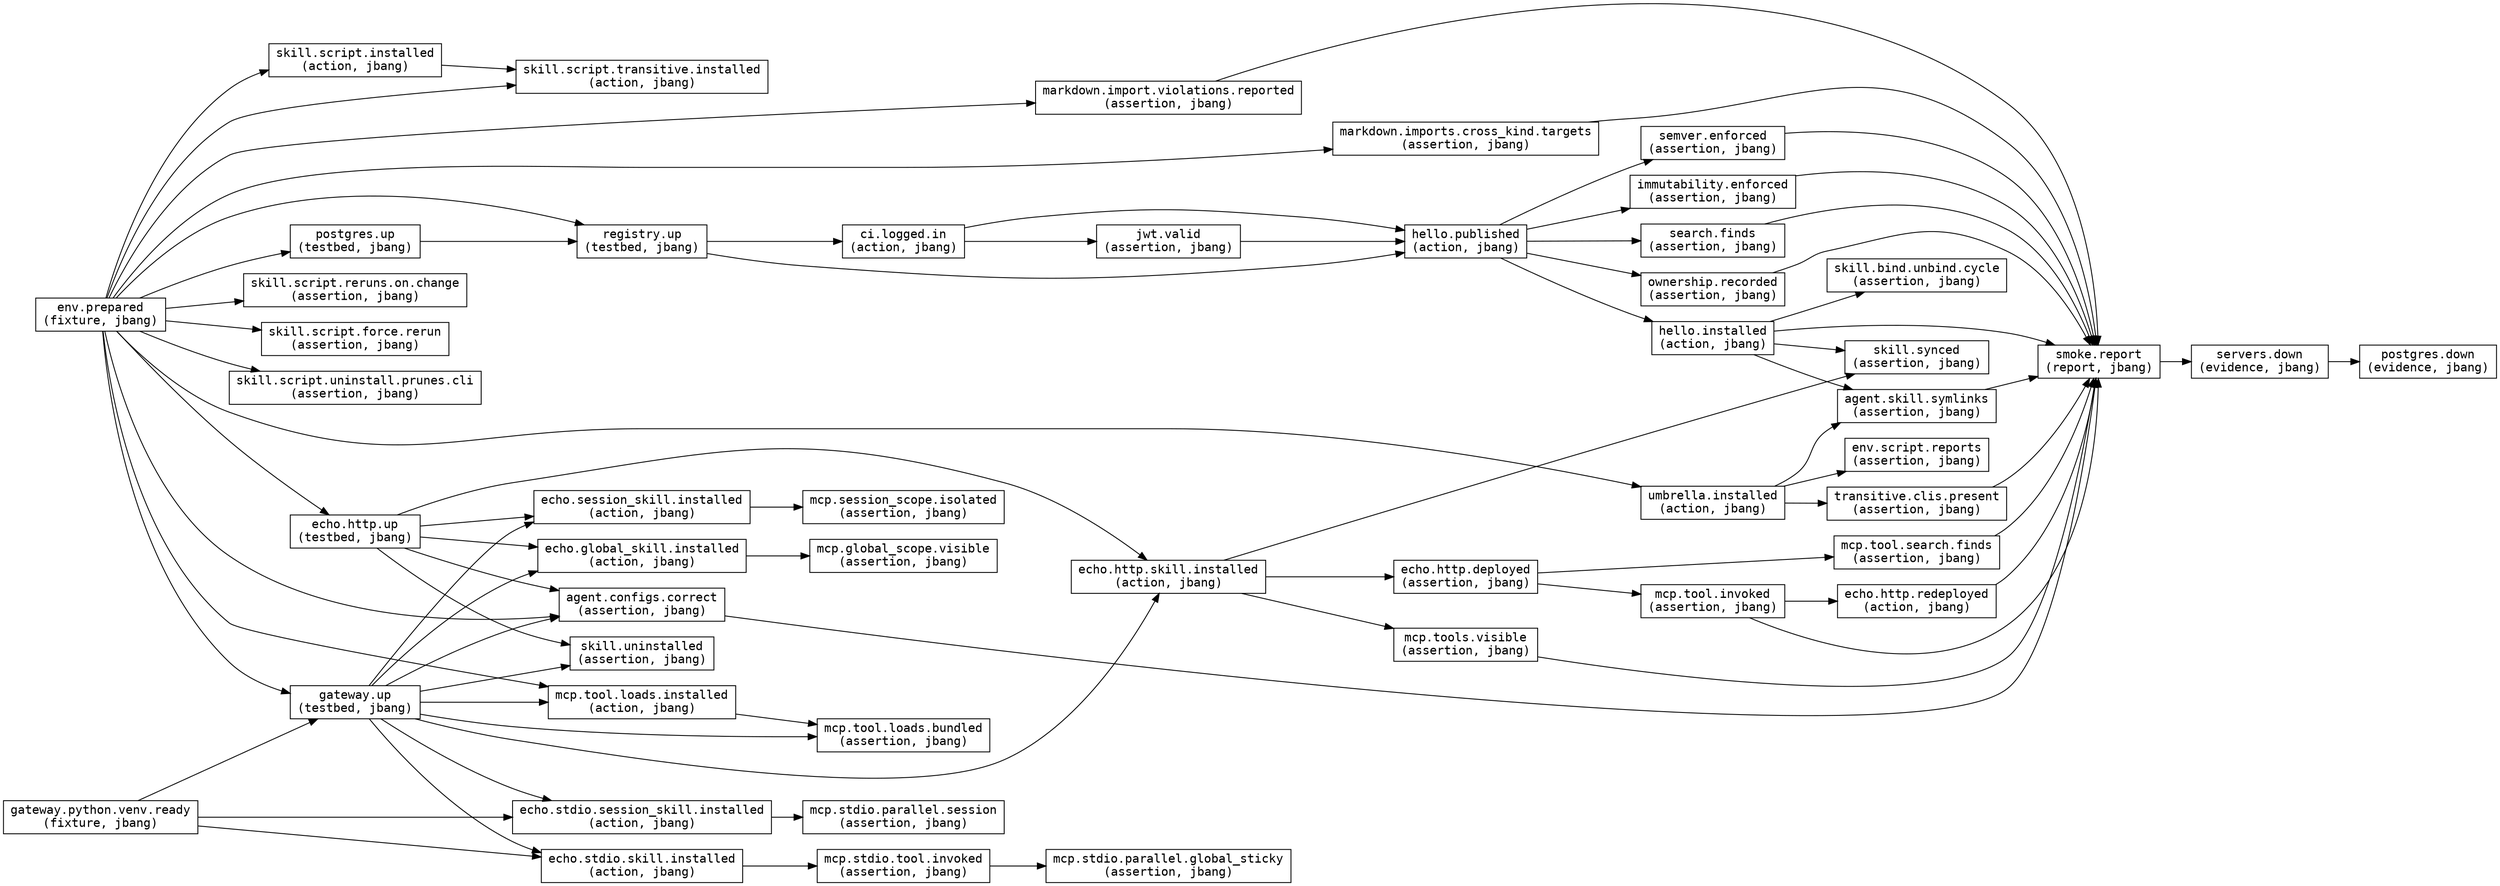
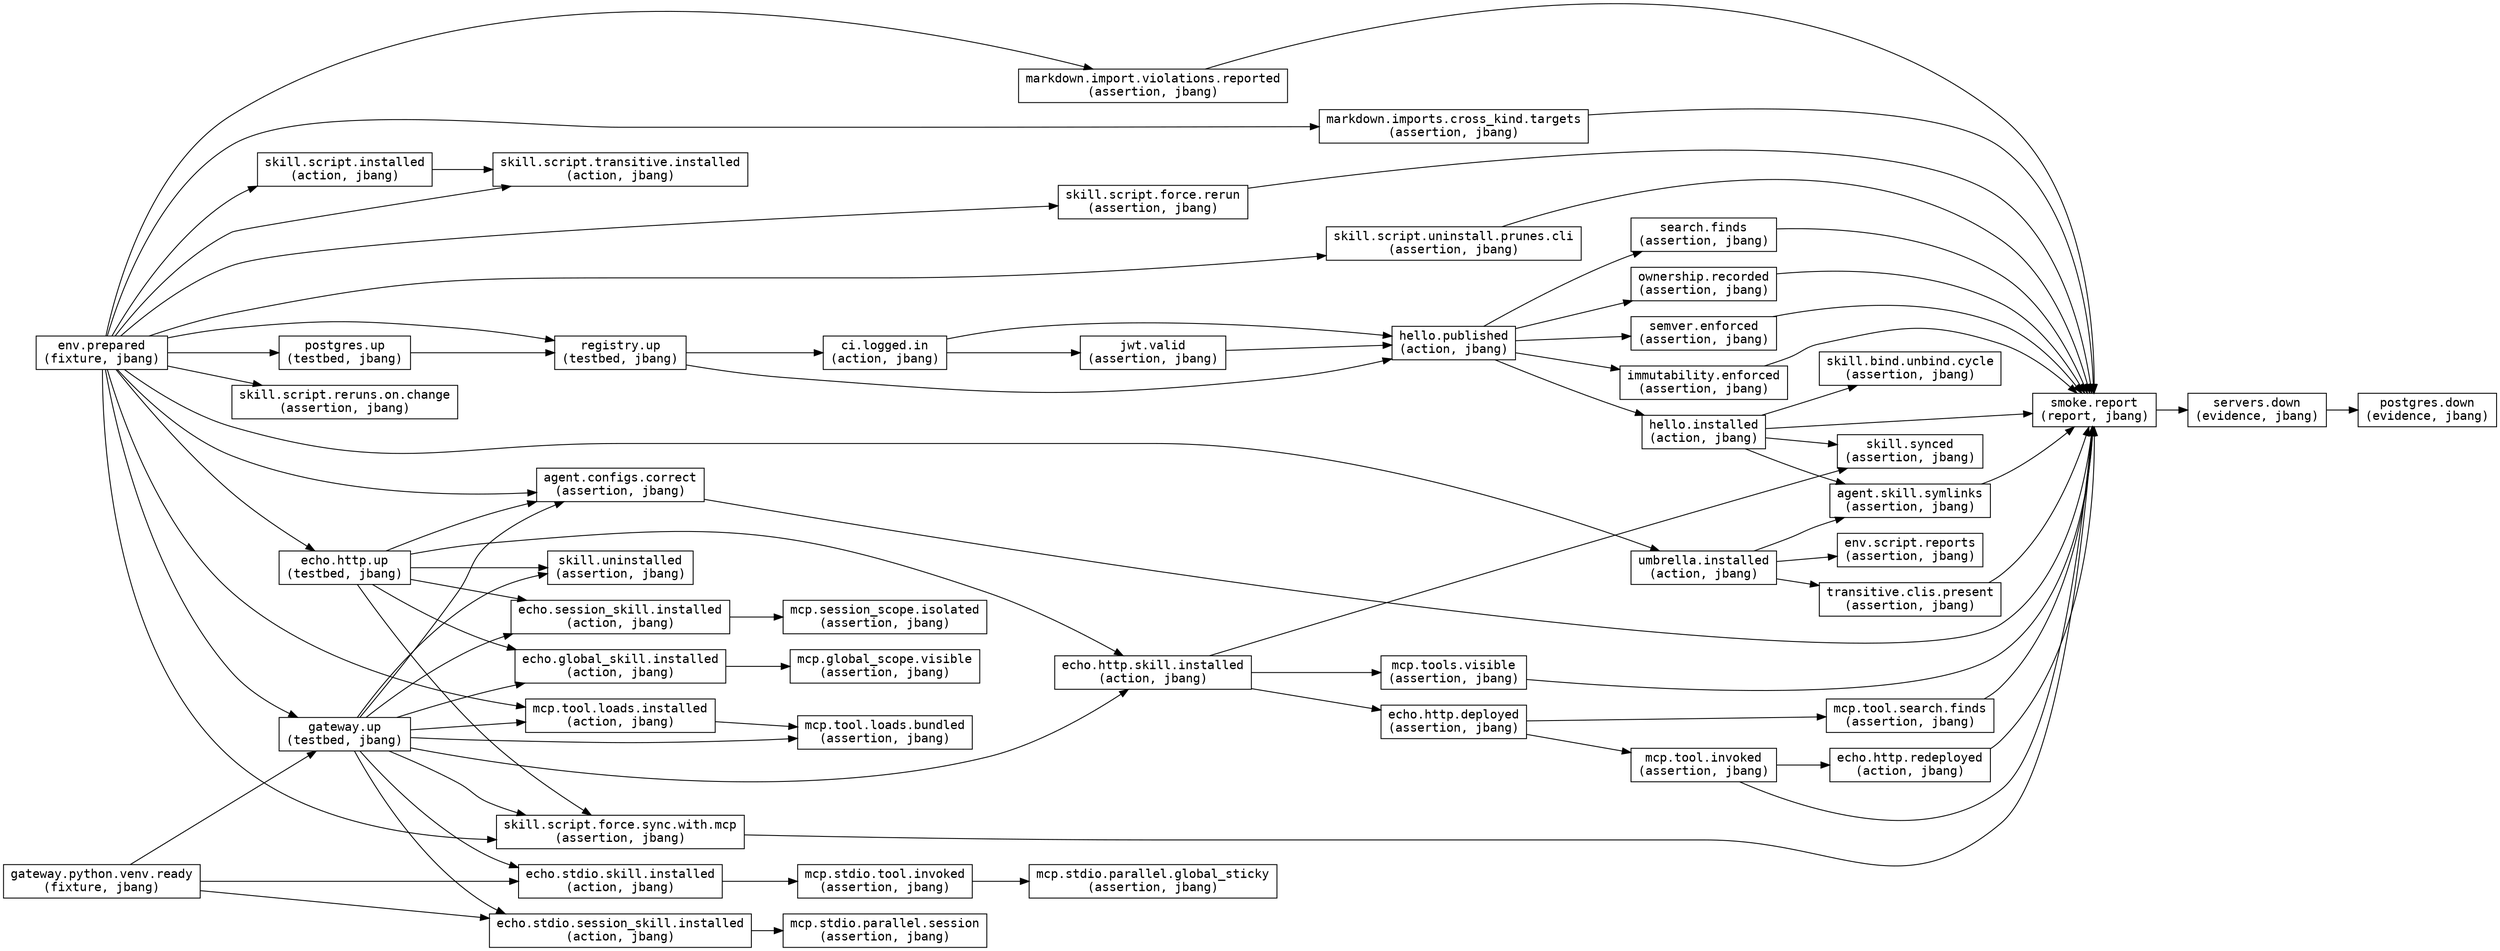
digraph "smoke" {
  rankdir=LR;
  node [shape=box,fontname="Courier"];
  "env.prepared" [label="env.prepared\n(fixture, jbang)"];
  "postgres.up" [label="postgres.up\n(testbed, jbang)"];
  "registry.up" [label="registry.up\n(testbed, jbang)"];
  "ci.logged.in" [label="ci.logged.in\n(action, jbang)"];
  "jwt.valid" [label="jwt.valid\n(assertion, jbang)"];
  "gateway.python.venv.ready" [label="gateway.python.venv.ready\n(fixture, jbang)"];
  "gateway.up" [label="gateway.up\n(testbed, jbang)"];
  "echo.http.up" [label="echo.http.up\n(testbed, jbang)"];
  "hello.published" [label="hello.published\n(action, jbang)"];
  "hello.installed" [label="hello.installed\n(action, jbang)"];
  "search.finds" [label="search.finds\n(assertion, jbang)"];
  "ownership.recorded" [label="ownership.recorded\n(assertion, jbang)"];
  "semver.enforced" [label="semver.enforced\n(assertion, jbang)"];
  "immutability.enforced" [label="immutability.enforced\n(assertion, jbang)"];
  "markdown.import.violations.reported" [label="markdown.import.violations.reported\n(assertion, jbang)"];
  "markdown.imports.cross_kind.targets" [label="markdown.imports.cross_kind.targets\n(assertion, jbang)"];
  "umbrella.installed" [label="umbrella.installed\n(action, jbang)"];
  "transitive.clis.present" [label="transitive.clis.present\n(assertion, jbang)"];
  "skill.script.installed" [label="skill.script.installed\n(action, jbang)"];
  "skill.script.transitive.installed" [label="skill.script.transitive.installed\n(action, jbang)"];
  "skill.script.reruns.on.change" [label="skill.script.reruns.on.change\n(assertion, jbang)"];
  "skill.script.force.rerun" [label="skill.script.force.rerun\n(assertion, jbang)"];
+   "skill.script.force.sync.with.mcp" [label="skill.script.force.sync.with.mcp\n(assertion, jbang)"];
  "skill.script.uninstall.prunes.cli" [label="skill.script.uninstall.prunes.cli\n(assertion, jbang)"];
  "env.script.reports" [label="env.script.reports\n(assertion, jbang)"];
  "mcp.tool.loads.installed" [label="mcp.tool.loads.installed\n(action, jbang)"];
  "mcp.tool.loads.bundled" [label="mcp.tool.loads.bundled\n(assertion, jbang)"];
  "echo.http.skill.installed" [label="echo.http.skill.installed\n(action, jbang)"];
  "echo.http.deployed" [label="echo.http.deployed\n(assertion, jbang)"];
  "mcp.tools.visible" [label="mcp.tools.visible\n(assertion, jbang)"];
  "mcp.tool.search.finds" [label="mcp.tool.search.finds\n(assertion, jbang)"];
  "mcp.tool.invoked" [label="mcp.tool.invoked\n(assertion, jbang)"];
  "echo.http.redeployed" [label="echo.http.redeployed\n(action, jbang)"];
  "echo.session_skill.installed" [label="echo.session_skill.installed\n(action, jbang)"];
  "mcp.session_scope.isolated" [label="mcp.session_scope.isolated\n(assertion, jbang)"];
  "echo.global_skill.installed" [label="echo.global_skill.installed\n(action, jbang)"];
  "mcp.global_scope.visible" [label="mcp.global_scope.visible\n(assertion, jbang)"];
  "echo.stdio.skill.installed" [label="echo.stdio.skill.installed\n(action, jbang)"];
  "mcp.stdio.tool.invoked" [label="mcp.stdio.tool.invoked\n(assertion, jbang)"];
  "mcp.stdio.parallel.global_sticky" [label="mcp.stdio.parallel.global_sticky\n(assertion, jbang)"];
  "echo.stdio.session_skill.installed" [label="echo.stdio.session_skill.installed\n(action, jbang)"];
  "mcp.stdio.parallel.session" [label="mcp.stdio.parallel.session\n(assertion, jbang)"];
  "skill.synced" [label="skill.synced\n(assertion, jbang)"];
  "skill.bind.unbind.cycle" [label="skill.bind.unbind.cycle\n(assertion, jbang)"];
  "skill.uninstalled" [label="skill.uninstalled\n(assertion, jbang)"];
  "agent.configs.correct" [label="agent.configs.correct\n(assertion, jbang)"];
  "agent.skill.symlinks" [label="agent.skill.symlinks\n(assertion, jbang)"];
  "smoke.report" [label="smoke.report\n(report, jbang)"];
  "servers.down" [label="servers.down\n(evidence, jbang)"];
  "postgres.down" [label="postgres.down\n(evidence, jbang)"];
  "env.prepared" -> "postgres.up";
  "env.prepared" -> "registry.up";
  "postgres.up" -> "registry.up";
  "registry.up" -> "ci.logged.in";
  "ci.logged.in" -> "jwt.valid";
  "env.prepared" -> "gateway.up";
  "gateway.python.venv.ready" -> "gateway.up";
  "env.prepared" -> "echo.http.up";
  "registry.up" -> "hello.published";
  "ci.logged.in" -> "hello.published";
  "jwt.valid" -> "hello.published";
  "hello.published" -> "hello.installed";
  "hello.published" -> "search.finds";
  "hello.published" -> "ownership.recorded";
  "hello.published" -> "semver.enforced";
  "hello.published" -> "immutability.enforced";
  "env.prepared" -> "markdown.import.violations.reported";
  "env.prepared" -> "markdown.imports.cross_kind.targets";
  "env.prepared" -> "umbrella.installed";
  "umbrella.installed" -> "transitive.clis.present";
  "env.prepared" -> "skill.script.installed";
  "env.prepared" -> "skill.script.transitive.installed";
  "skill.script.installed" -> "skill.script.transitive.installed";
  "env.prepared" -> "skill.script.reruns.on.change";
  "env.prepared" -> "skill.script.force.rerun";
+   "env.prepared" -> "skill.script.force.sync.with.mcp";
+   "gateway.up" -> "skill.script.force.sync.with.mcp";
+   "echo.http.up" -> "skill.script.force.sync.with.mcp";
  "env.prepared" -> "skill.script.uninstall.prunes.cli";
  "umbrella.installed" -> "env.script.reports";
  "env.prepared" -> "mcp.tool.loads.installed";
  "gateway.up" -> "mcp.tool.loads.installed";
  "mcp.tool.loads.installed" -> "mcp.tool.loads.bundled";
  "gateway.up" -> "mcp.tool.loads.bundled";
  "gateway.up" -> "echo.http.skill.installed";
  "echo.http.up" -> "echo.http.skill.installed";
  "echo.http.skill.installed" -> "echo.http.deployed";
  "echo.http.skill.installed" -> "mcp.tools.visible";
  "echo.http.deployed" -> "mcp.tool.search.finds";
  "echo.http.deployed" -> "mcp.tool.invoked";
  "mcp.tool.invoked" -> "echo.http.redeployed";
  "gateway.up" -> "echo.session_skill.installed";
  "echo.http.up" -> "echo.session_skill.installed";
  "echo.session_skill.installed" -> "mcp.session_scope.isolated";
  "gateway.up" -> "echo.global_skill.installed";
  "echo.http.up" -> "echo.global_skill.installed";
  "echo.global_skill.installed" -> "mcp.global_scope.visible";
  "gateway.up" -> "echo.stdio.skill.installed";
  "gateway.python.venv.ready" -> "echo.stdio.skill.installed";
  "echo.stdio.skill.installed" -> "mcp.stdio.tool.invoked";
  "mcp.stdio.tool.invoked" -> "mcp.stdio.parallel.global_sticky";
  "gateway.up" -> "echo.stdio.session_skill.installed";
  "gateway.python.venv.ready" -> "echo.stdio.session_skill.installed";
  "echo.stdio.session_skill.installed" -> "mcp.stdio.parallel.session";
  "hello.installed" -> "skill.synced";
  "echo.http.skill.installed" -> "skill.synced";
  "hello.installed" -> "skill.bind.unbind.cycle";
  "gateway.up" -> "skill.uninstalled";
  "echo.http.up" -> "skill.uninstalled";
  "env.prepared" -> "agent.configs.correct";
  "gateway.up" -> "agent.configs.correct";
  "echo.http.up" -> "agent.configs.correct";
  "hello.installed" -> "agent.skill.symlinks";
  "umbrella.installed" -> "agent.skill.symlinks";
  "transitive.clis.present" -> "smoke.report";
  "mcp.tool.search.finds" -> "smoke.report";
  "mcp.tool.invoked" -> "smoke.report";
  "echo.http.redeployed" -> "smoke.report";
  "agent.configs.correct" -> "smoke.report";
  "agent.skill.symlinks" -> "smoke.report";
  "search.finds" -> "smoke.report";
  "mcp.tools.visible" -> "smoke.report";
  "hello.installed" -> "smoke.report";
  "ownership.recorded" -> "smoke.report";
  "semver.enforced" -> "smoke.report";
  "immutability.enforced" -> "smoke.report";
+   "skill.script.force.rerun" -> "smoke.report";
+   "skill.script.force.sync.with.mcp" -> "smoke.report";
+   "skill.script.uninstall.prunes.cli" -> "smoke.report";
  "markdown.import.violations.reported" -> "smoke.report";
  "markdown.imports.cross_kind.targets" -> "smoke.report";
  "smoke.report" -> "servers.down";
  "servers.down" -> "postgres.down";
}
